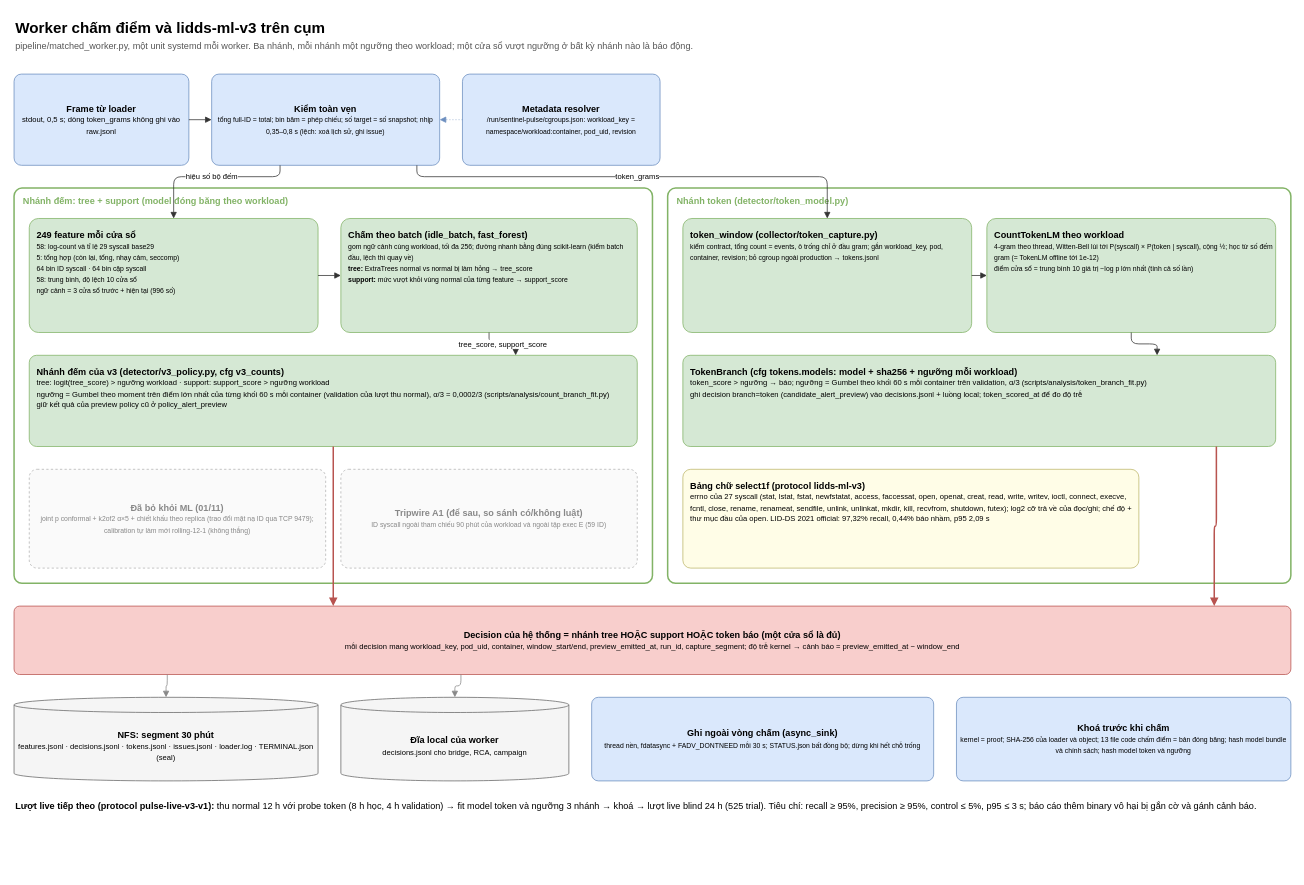
This is page "3. Worker và ML lidds-ml-v4" (3 of 5) of docs/architecture/sentinel-pulse-architecture.drawio from tndat-dev/eBPF-project, a draw.io file, before an edit. Source tidied: cells renumbered, new cells numbered last; positions are measured from the earlier drawing's top-left corner, leaving out a move shared by most shapes. Both pictures are drawn from the tidied source at 76%, with x=0, y=0 at pixel (14, 13).
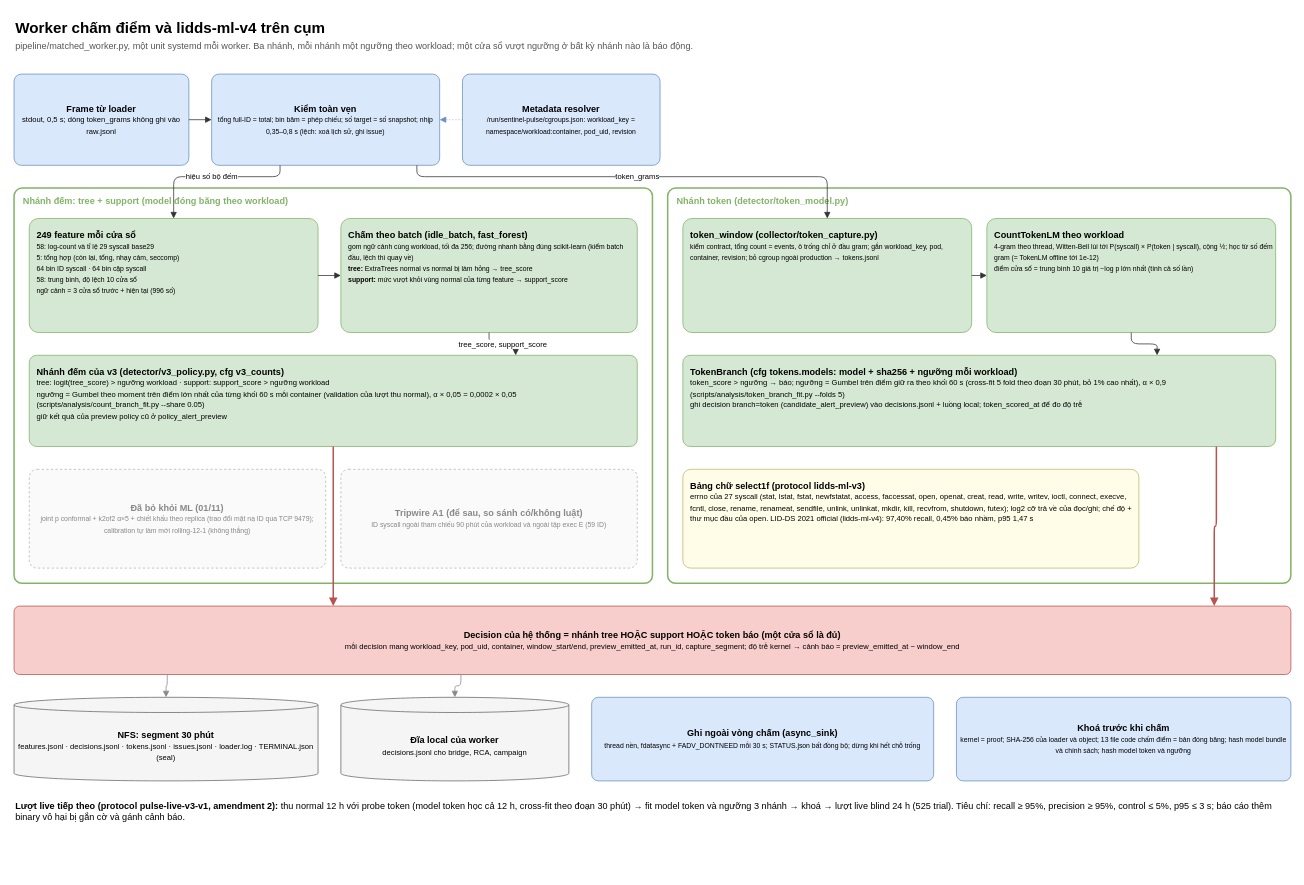
The same page after the edit.

Change to the diagram source:
```diff
@@
-    <mxCell id="2" value="&lt;b&gt;Worker chấm điểm và lidds-ml-v3 trên cụm&lt;/b&gt;" style="text;html=1;whiteSpace=wrap;align=left;verticalAlign=top;fontSize=20;" parent="1" vertex="1">
+    <mxCell id="2" value="&lt;b&gt;Worker chấm điểm và lidds-ml-v4 trên cụm&lt;/b&gt;" style="text;html=1;whiteSpace=wrap;align=left;verticalAlign=top;fontSize=20;" parent="1" vertex="1">
       <mxGeometry width="1680" height="30" as="geometry" />
     </mxCell>
@@
-    <mxCell id="12" value="&lt;b&gt;Nhánh đếm của v3 (detector/v3_policy.py, cfg v3_counts)&lt;/b&gt;&lt;br&gt;&lt;font style=&quot;font-size:10px&quot;&gt;tree: logit(tree_score) &amp;gt; ngưỡng workload · support: support_score &amp;gt; ngưỡng workload&lt;br&gt;ngưỡng = Gumbel theo moment trên điểm lớn nhất của từng khối 60 s mỗi container (validation của lượt thu normal), α/3 = 0,0002/3 (scripts/analysis/count_branch_fit.py)&lt;br&gt;giữ kết quả của preview policy cũ ở policy_alert_preview&lt;/font&gt;" style="rounded=1;whiteSpace=wrap;html=1;fillColor=#D5E8D4;strokeColor=#82B366;arcSize=8;fontSize=12;align=left;spacing=4;verticalAlign=top;spacingTop=6;spacingLeft=6;" parent="1" vertex="1">
+    <mxCell id="12" value="&lt;b&gt;Nhánh đếm của v3 (detector/v3_policy.py, cfg v3_counts)&lt;/b&gt;&lt;br&gt;&lt;font style=&quot;font-size:10px&quot;&gt;tree: logit(tree_score) &amp;gt; ngưỡng workload · support: support_score &amp;gt; ngưỡng workload&lt;br&gt;ngưỡng = Gumbel theo moment trên điểm lớn nhất của từng khối 60 s mỗi container (validation của lượt thu normal), α × 0,05 = 0,0002 × 0,05 (scripts/analysis/count_branch_fit.py --share 0.05)&lt;br&gt;giữ kết quả của preview policy cũ ở policy_alert_preview&lt;/font&gt;" style="rounded=1;whiteSpace=wrap;html=1;fillColor=#D5E8D4;strokeColor=#82B366;arcSize=8;fontSize=12;align=left;spacing=4;verticalAlign=top;spacingTop=6;spacingLeft=6;" parent="1" vertex="1">
       <mxGeometry x="20" y="450" width="800" height="120" as="geometry" />
     </mxCell>
@@
-    <mxCell id="21" value="&lt;b&gt;TokenBranch (cfg tokens.models: model + sha256 + ngưỡng mỗi workload)&lt;/b&gt;&lt;br&gt;&lt;font style=&quot;font-size:10px&quot;&gt;token_score &amp;gt; ngưỡng → báo; ngưỡng = Gumbel theo khối 60 s mỗi container trên validation, α/3 (scripts/analysis/token_branch_fit.py)&lt;br&gt;ghi decision branch=token (candidate_alert_preview) vào decisions.jsonl + luồng local; token_scored_at để đo độ trễ&lt;/font&gt;" style="rounded=1;whiteSpace=wrap;html=1;fillColor=#D5E8D4;strokeColor=#82B366;arcSize=8;fontSize=12;align=left;spacing=4;verticalAlign=top;spacingTop=6;spacingLeft=6;" parent="1" vertex="1">
+    <mxCell id="21" value="&lt;b&gt;TokenBranch (cfg tokens.models: model + sha256 + ngưỡng mỗi workload)&lt;/b&gt;&lt;br&gt;&lt;font style=&quot;font-size:10px&quot;&gt;token_score &amp;gt; ngưỡng → báo; ngưỡng = Gumbel trên điểm giữ ra theo khối 60 s (cross-fit 5 fold theo đoạn 30 phút, bỏ 1% cao nhất), α × 0,9 (scripts/analysis/token_branch_fit.py --folds 5)&lt;br&gt;ghi decision branch=token (candidate_alert_preview) vào decisions.jsonl + luồng local; token_scored_at để đo độ trễ&lt;/font&gt;" style="rounded=1;whiteSpace=wrap;html=1;fillColor=#D5E8D4;strokeColor=#82B366;arcSize=8;fontSize=12;align=left;spacing=4;verticalAlign=top;spacingTop=6;spacingLeft=6;" parent="1" vertex="1">
       <mxGeometry x="880" y="450" width="780" height="120" as="geometry" />
     </mxCell>
-    <mxCell id="22" value="&lt;b&gt;Bảng chữ select1f (protocol lidds-ml-v3)&lt;/b&gt;&lt;br&gt;&lt;font style=&quot;font-size:10px&quot;&gt;errno của 27 syscall (stat, lstat, fstat, newfstatat, access, faccessat, open, openat, creat, read, write, writev, ioctl, connect, execve, fcntl, close, rename, renameat, sendfile, unlink, unlinkat, mkdir, kill, recvfrom, shutdown, futex); log2 cỡ trả về của đọc/ghi; chế độ + thư mục đầu của open. LID-DS 2021 official: 97,32% recall, 0,44% báo nhầm, p95 2,09 s&lt;/font&gt;" style="rounded=1;whiteSpace=wrap;html=1;fillColor=#FFFDE7;strokeColor=#BDB76B;arcSize=8;fontSize=12;align=left;spacing=4;verticalAlign=top;spacingTop=6;spacingLeft=6;" parent="1" vertex="1">
+    <mxCell id="22" value="&lt;b&gt;Bảng chữ select1f (protocol lidds-ml-v3)&lt;/b&gt;&lt;br&gt;&lt;font style=&quot;font-size:10px&quot;&gt;errno của 27 syscall (stat, lstat, fstat, newfstatat, access, faccessat, open, openat, creat, read, write, writev, ioctl, connect, execve, fcntl, close, rename, renameat, sendfile, unlink, unlinkat, mkdir, kill, recvfrom, shutdown, futex); log2 cỡ trả về của đọc/ghi; chế độ + thư mục đầu của open. LID-DS 2021 official (lidds-ml-v4): 97,40% recall, 0,45% báo nhầm, p95 1,47 s&lt;/font&gt;" style="rounded=1;whiteSpace=wrap;html=1;fillColor=#FFFDE7;strokeColor=#BDB76B;arcSize=8;fontSize=12;align=left;spacing=4;verticalAlign=top;spacingTop=6;spacingLeft=6;" parent="1" vertex="1">
       <mxGeometry x="880" y="600" width="600" height="130" as="geometry" />
     </mxCell>
@@
-    <mxCell id="35" value="&lt;b&gt;Lượt live tiếp theo (protocol pulse-live-v3-v1):&lt;/b&gt; thu normal 12 h với probe token (8 h học, 4 h validation) → fit model token và ngưỡng 3 nhánh → khoá → lượt live blind 24 h (525 trial). Tiêu chí: recall ≥ 95%, precision ≥ 95%, control ≤ 5%, p95 ≤ 3 s; báo cáo thêm binary vô hại bị gắn cờ và gánh cảnh báo." style="text;html=1;whiteSpace=wrap;align=left;verticalAlign=top;fontSize=12;" parent="1" vertex="1">
+    <mxCell id="35" value="&lt;b&gt;Lượt live tiếp theo (protocol pulse-live-v3-v1, amendment 2):&lt;/b&gt; thu normal 12 h với probe token (model token học cả 12 h, cross-fit theo đoạn 30 phút) → fit model token và ngưỡng 3 nhánh → khoá → lượt live blind 24 h (525 trial). Tiêu chí: recall ≥ 95%, precision ≥ 95%, control ≤ 5%, p95 ≤ 3 s; báo cáo thêm binary vô hại bị gắn cờ và gánh cảnh báo." style="text;html=1;whiteSpace=wrap;align=left;verticalAlign=top;fontSize=12;" parent="1" vertex="1">
       <mxGeometry y="1030" width="1680" height="100" as="geometry" />
     </mxCell>
```
